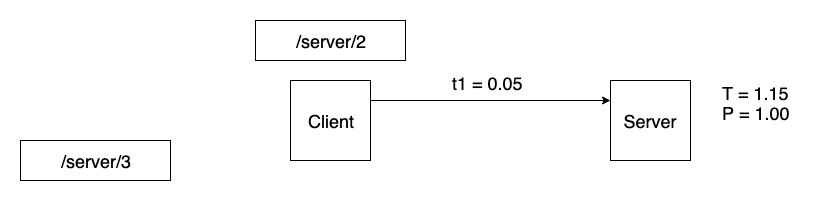
Earlier version of the draw.io export decks/grequests-https-talk/images/python-requests-flow-6.png (saurabh-hirani/slides). Source tidied: cells renumbered, new cells last; positions are measured from the earlier drawing's top-left corner, leaving out a move shared by most shapes. The source it was exported from:
```xml
<mxGraphModel>
  <root>
    <mxCell id="0" />
    <mxCell id="1" parent="0" />
    <mxCell id="2" value="&lt;span style=&quot;white-space: normal&quot;&gt;&lt;font style=&quot;font-size: 18px&quot;&gt;/server/2&lt;/font&gt;&lt;/span&gt;" style="rounded=0;whiteSpace=wrap;html=1;" parent="1" vertex="1">
      <mxGeometry x="235" width="150" height="40" as="geometry" />
    </mxCell>
    <mxCell id="3" value="&lt;span style=&quot;white-space: normal&quot;&gt;&lt;font style=&quot;font-size: 18px&quot;&gt;/server/3&lt;/font&gt;&lt;/span&gt;" style="rounded=0;whiteSpace=wrap;html=1;" parent="1" vertex="1">
      <mxGeometry y="120" width="150" height="40" as="geometry" />
    </mxCell>
    <mxCell id="4" value="&lt;font style=&quot;font-size: 18px&quot;&gt;Client&lt;/font&gt;" style="whiteSpace=wrap;html=1;" parent="1" vertex="1">
      <mxGeometry x="270" y="60" width="80" height="80" as="geometry" />
    </mxCell>
    <mxCell id="5" value="&lt;font style=&quot;font-size: 18px&quot;&gt;Server&lt;/font&gt;" style="whiteSpace=wrap;html=1;" parent="1" vertex="1">
      <mxGeometry x="590" y="60" width="80" height="80" as="geometry" />
    </mxCell>
    <mxCell id="6" value="&lt;span style=&quot;font-size: 18px&quot;&gt;T = 1.15&lt;br&gt;&lt;br&gt;&lt;/span&gt;" style="text;html=1;align=left;verticalAlign=top;spacingTop=-4;" parent="1" vertex="1">
      <mxGeometry x="700" y="60" width="80" height="30" as="geometry" />
    </mxCell>
    <mxCell id="7" value="&lt;span style=&quot;font-size: 18px&quot;&gt;P = 1.00&lt;br&gt;&lt;br&gt;&lt;/span&gt;" style="text;html=1;align=left;verticalAlign=top;spacingTop=-4;" parent="1" vertex="1">
      <mxGeometry x="700" y="80" width="80" height="30" as="geometry" />
    </mxCell>
    <mxCell id="8" style="endArrow=classic;html=1;exitX=1;exitY=0.25;exitDx=0;exitDy=0;entryX=0;entryY=0.25;entryDx=0;entryDy=0;" parent="1" edge="1">
      <mxGeometry relative="1" as="geometry">
        <mxPoint x="350" y="80" as="sourcePoint" />
        <mxPoint x="590" y="80" as="targetPoint" />
      </mxGeometry>
    </mxCell>
    <mxCell id="9" value="&lt;font style=&quot;font-size: 18px&quot;&gt;t1 = 0.05&lt;/font&gt;" style="text;html=1;align=left;verticalAlign=top;spacingTop=-4;" parent="1" vertex="1">
      <mxGeometry x="430" y="50" width="90" height="20" as="geometry" />
    </mxCell>
  </root>
</mxGraphModel>
```
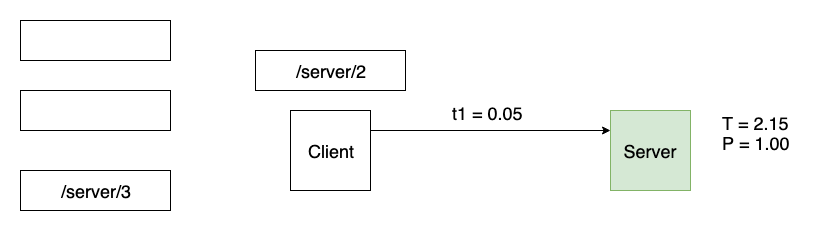
After the change.

The edit, as a diff of the source:
```diff
@@ -11,23 +11,26 @@
     <mxCell id="4" value="&lt;font style=&quot;font-size: 18px&quot;&gt;Client&lt;/font&gt;" style="whiteSpace=wrap;html=1;" parent="1" vertex="1">
       <mxGeometry x="270" y="60" width="80" height="80" as="geometry" />
     </mxCell>
-    <mxCell id="5" value="&lt;font style=&quot;font-size: 18px&quot;&gt;Server&lt;/font&gt;" style="whiteSpace=wrap;html=1;" parent="1" vertex="1">
+    <mxCell id="5" value="&lt;font style=&quot;font-size: 18px&quot;&gt;Server&lt;/font&gt;" style="whiteSpace=wrap;html=1;fillColor=#d5e8d4;strokeColor=#82b366;" parent="1" vertex="1">
       <mxGeometry x="590" y="60" width="80" height="80" as="geometry" />
     </mxCell>
-    <mxCell id="6" value="&lt;span style=&quot;font-size: 18px&quot;&gt;T = 1.15&lt;br&gt;&lt;br&gt;&lt;/span&gt;" style="text;html=1;align=left;verticalAlign=top;spacingTop=-4;" parent="1" vertex="1">
-      <mxGeometry x="700" y="60" width="80" height="30" as="geometry" />
-    </mxCell>
+    <mxCell id="10" style="endArrow=classic;html=1;exitX=1;exitY=0.25;exitDx=0;exitDy=0;entryX=0;entryY=0.25;entryDx=0;entryDy=0;" parent="1" edge="1" source="4" target="5">
+      <mxGeometry relative="1" as="geometry" />
+    </mxCell>
+    <mxCell id="9" value="&lt;font style=&quot;font-size: 18px&quot;&gt;t1 = 0.05&lt;/font&gt;" style="text;html=1;align=left;verticalAlign=top;spacingTop=-4;" parent="1" vertex="1">
+      <mxGeometry x="430" y="50" width="90" height="20" as="geometry" />
+    </mxCell>
+    <mxCell id="11" value="&lt;font style=&quot;font-size: 18px&quot;&gt;T = 2.15&lt;/font&gt;" style="text;html=1;align=left;verticalAlign=top;spacingTop=-4;" parent="1" vertex="1">
+      <mxGeometry x="700" y="60" width="80" height="20" as="geometry" />
+    </mxCell>
-    <mxCell id="7" value="&lt;span style=&quot;font-size: 18px&quot;&gt;P = 1.00&lt;br&gt;&lt;br&gt;&lt;/span&gt;" style="text;html=1;align=left;verticalAlign=top;spacingTop=-4;" parent="1" vertex="1">
-      <mxGeometry x="700" y="80" width="80" height="30" as="geometry" />
+    <mxCell id="7" value="&lt;font style=&quot;font-size: 18px&quot;&gt;P = 1.00&lt;/font&gt;" style="text;html=1;align=left;verticalAlign=top;spacingTop=-4;" parent="1" vertex="1">
+      <mxGeometry x="700" y="80" width="80" height="20" as="geometry" />
     </mxCell>
-    <mxCell id="8" style="endArrow=classic;html=1;exitX=1;exitY=0.25;exitDx=0;exitDy=0;entryX=0;entryY=0.25;entryDx=0;entryDy=0;" parent="1" edge="1">
-      <mxGeometry relative="1" as="geometry">
-        <mxPoint x="350" y="80" as="sourcePoint" />
-        <mxPoint x="590" y="80" as="targetPoint" />
-      </mxGeometry>
-    </mxCell>
-    <mxCell id="9" value="&lt;font style=&quot;font-size: 18px&quot;&gt;t1 = 0.05&lt;/font&gt;" style="text;html=1;align=left;verticalAlign=top;spacingTop=-4;" parent="1" vertex="1">
-      <mxGeometry x="430" y="50" width="90" height="20" as="geometry" />
-    </mxCell>
+    <mxCell id="12" style="rounded=0;whiteSpace=wrap;html=1;" parent="1" vertex="1">
+      <mxGeometry y="-30" width="150" height="40" as="geometry" />
+    </mxCell>
+    <mxCell id="13" style="rounded=0;whiteSpace=wrap;html=1;" parent="1" vertex="1">
+      <mxGeometry y="40" width="150" height="40" as="geometry" />
+    </mxCell>
   </root>
 </mxGraphModel>
```
